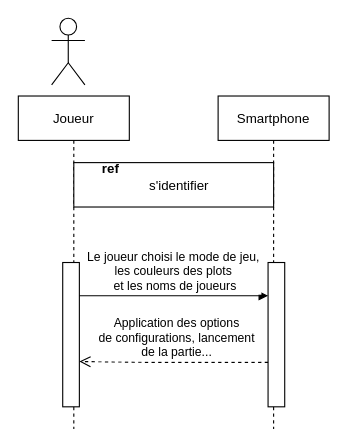
Earlier version of the draw.io diagram 1-Spécifications/Sequence/DiagrammeDeSéquence_configurer_la_partie.drawio (Kimaaaaaaa/Plots-_Lumineux_BTS_2022-2024). Source tidied: cells renumbered, new cells numbered last; positions are measured from the earlier drawing's top-left corner, leaving out a move shared by most shapes. Both pictures are drawn from the tidied source at 111%, with x=0, y=0 at pixel (18, 18).
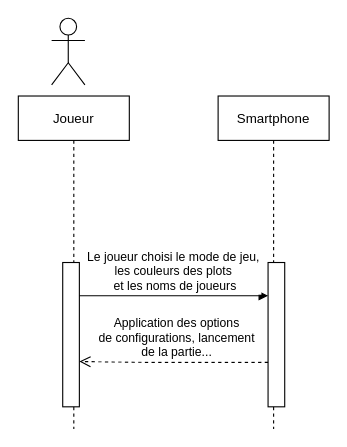
After the change.

Change to the diagram source:
```diff
@@
 <mxGraphModel>
   <root>
     <mxCell id="0" />
     <mxCell id="1" parent="0" />
     <mxCell id="2" value="Joueur" style="shape=umlLifeline;perimeter=lifelinePerimeter;rounded=0;shadow=0;strokeWidth=1;" parent="1" vertex="1">
       <mxGeometry y="70" width="100" height="300" as="geometry" />
     </mxCell>
     <mxCell id="3" style="points=[];perimeter=orthogonalPerimeter;rounded=0;shadow=0;strokeWidth=1;" parent="2" vertex="1">
       <mxGeometry x="40" y="150" width="15" height="130" as="geometry" />
     </mxCell>
     <mxCell id="4" value="Smartphone" style="shape=umlLifeline;perimeter=lifelinePerimeter;rounded=0;shadow=0;strokeWidth=1;" parent="1" vertex="1">
       <mxGeometry x="180" y="70" width="100" height="300" as="geometry" />
     </mxCell>
     <mxCell id="5" style="points=[];perimeter=orthogonalPerimeter;rounded=0;shadow=0;strokeWidth=1;" parent="4" vertex="1">
       <mxGeometry x="45" y="150" width="15" height="130" as="geometry" />
     </mxCell>
     <mxCell id="6" value="Application des options&#10; de configurations, lancement &#10;de la partie..." style="verticalAlign=bottom;endArrow=open;dashed=1;endSize=8;shadow=0;strokeWidth=1;entryX=1;entryY=0.686;entryDx=0;entryDy=0;entryPerimeter=0;" parent="1" edge="1" source="5" target="3">
       <mxGeometry x="-0.03" relative="1" as="geometry">
         <Array as="points">
           <mxPoint x="150" y="310" />
           <mxPoint x="120" y="310" />
         </Array>
       </mxGeometry>
     </mxCell>
     <mxCell id="7" value="Le joueur choisi le mode de jeu, &#10;les couleurs des plots&#10; et les noms de joueurs" style="verticalAlign=bottom;endArrow=block;shadow=0;strokeWidth=1;" parent="1" edge="1" source="3" target="5">
       <mxGeometry relative="1" as="geometry">
         <Array as="points">
           <mxPoint x="130" y="250" />
         </Array>
       </mxGeometry>
     </mxCell>
     <mxCell id="8" style="shape=umlActor;verticalLabelPosition=bottom;verticalAlign=top;html=1;" parent="1" vertex="1">
       <mxGeometry x="30" width="30" height="60" as="geometry" />
     </mxCell>
-    <mxCell id="9" style="group;" parent="1" vertex="1">
-      <mxGeometry x="60" y="130" width="170" height="40" as="geometry" />
-    </mxCell>
-    <mxCell id="10" style="html=1;align=left;" parent="9" vertex="1">
-      <mxGeometry x="-10" width="180" height="40" as="geometry" />
-    </mxCell>
-    <mxCell id="11" value="s'identifier" style="text;align=center;fontStyle=0;verticalAlign=middle;spacingLeft=3;spacingRight=3;strokeColor=none;" parent="9" vertex="1">
-      <mxGeometry x="61.6" y="17.1" width="46.9" height="5.8" as="geometry" />
-    </mxCell>
-    <mxCell id="12" value="ref" style="text;align=center;fontStyle=1;verticalAlign=middle;spacingLeft=3;spacingRight=3;strokeColor=none;" parent="9" vertex="1">
-      <mxGeometry y="2.2" width="46.9" height="5.8" as="geometry" />
-    </mxCell>
   </root>
 </mxGraphModel>
```
